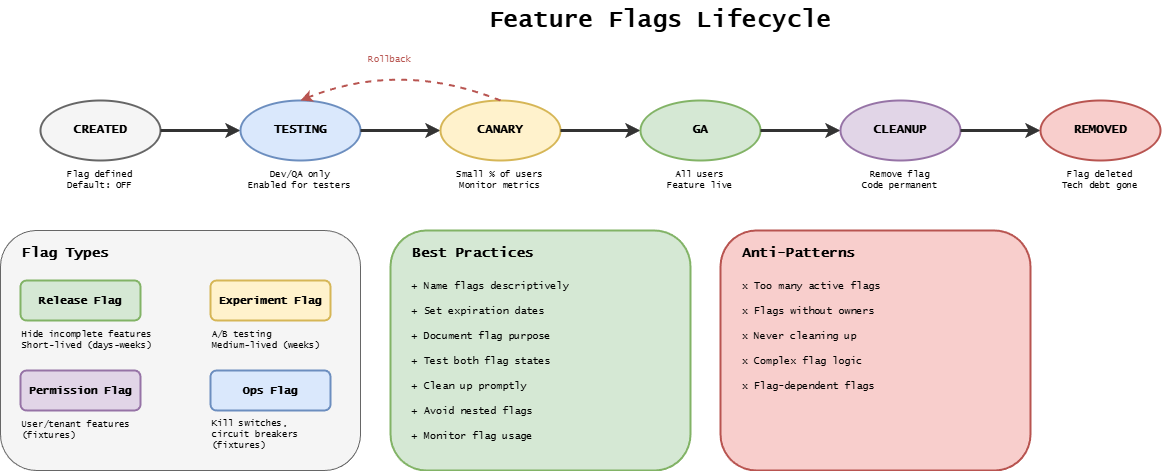
This is docs/assets/assisted/10-feature-flags-lifecycle.drawio.png from ready-to-release/eac, a draw.io export, as it was before one commit. Source tidied: cells renumbered, new cells last; positions are measured from the earlier drawing's top-left corner, leaving out a move shared by most shapes. Source of this version:
```xml
<mxGraphModel background="#ffffff">
  <root>
    <mxCell id="0" />
    <mxCell id="1" parent="0" />
    <mxCell id="2" value="Feature Flags Lifecycle" style="text;html=1;strokeColor=none;fillColor=none;align=center;verticalAlign=middle;whiteSpace=wrap;rounded=0;fontFamily=Lucida Console;fontStyle=1;fontSize=24;" parent="1" vertex="1">
      <mxGeometry x="460" width="400" height="40" as="geometry" />
    </mxCell>
    <mxCell id="3" value="CREATED" style="ellipse;whiteSpace=wrap;html=1;fillColor=#f5f5f5;strokeColor=#666666;strokeWidth=2;fontFamily=Lucida Console;fontStyle=1;fontSize=12;" parent="1" vertex="1">
      <mxGeometry x="40" y="100" width="120" height="60" as="geometry" />
    </mxCell>
    <mxCell id="4" value="Flag defined&#10;Default: OFF" style="text;html=1;strokeColor=none;fillColor=none;align=center;verticalAlign=middle;whiteSpace=wrap;rounded=0;fontFamily=Lucida Console;fontSize=9;" parent="1" vertex="1">
      <mxGeometry x="40" y="165" width="120" height="30" as="geometry" />
    </mxCell>
    <mxCell id="5" style="endArrow=classic;html=1;strokeWidth=3;strokeColor=#333333;" parent="1" edge="1">
      <mxGeometry relative="1" as="geometry">
        <mxPoint x="160" y="130" as="sourcePoint" />
        <mxPoint x="240" y="130" as="targetPoint" />
      </mxGeometry>
    </mxCell>
    <mxCell id="6" value="TESTING" style="ellipse;whiteSpace=wrap;html=1;fillColor=#dae8fc;strokeColor=#6c8ebf;strokeWidth=2;fontFamily=Lucida Console;fontStyle=1;fontSize=12;" parent="1" vertex="1">
      <mxGeometry x="240" y="100" width="120" height="60" as="geometry" />
    </mxCell>
    <mxCell id="7" value="Dev/QA only&#10;Enabled for testers" style="text;html=1;strokeColor=none;fillColor=none;align=center;verticalAlign=middle;whiteSpace=wrap;rounded=0;fontFamily=Lucida Console;fontSize=9;" parent="1" vertex="1">
      <mxGeometry x="240" y="165" width="120" height="30" as="geometry" />
    </mxCell>
    <mxCell id="8" style="endArrow=classic;html=1;strokeWidth=3;strokeColor=#333333;" parent="1" edge="1">
      <mxGeometry relative="1" as="geometry">
        <mxPoint x="360" y="130" as="sourcePoint" />
        <mxPoint x="440" y="130" as="targetPoint" />
      </mxGeometry>
    </mxCell>
    <mxCell id="9" value="CANARY" style="ellipse;whiteSpace=wrap;html=1;fillColor=#fff2cc;strokeColor=#d6b656;strokeWidth=2;fontFamily=Lucida Console;fontStyle=1;fontSize=12;" parent="1" vertex="1">
      <mxGeometry x="440" y="100" width="120" height="60" as="geometry" />
    </mxCell>
    <mxCell id="10" value="Small % of users&#10;Monitor metrics" style="text;html=1;strokeColor=none;fillColor=none;align=center;verticalAlign=middle;whiteSpace=wrap;rounded=0;fontFamily=Lucida Console;fontSize=9;" parent="1" vertex="1">
      <mxGeometry x="440" y="165" width="120" height="30" as="geometry" />
    </mxCell>
    <mxCell id="11" style="endArrow=classic;html=1;strokeWidth=3;strokeColor=#333333;" parent="1" edge="1">
      <mxGeometry relative="1" as="geometry">
        <mxPoint x="560" y="130" as="sourcePoint" />
        <mxPoint x="640" y="130" as="targetPoint" />
      </mxGeometry>
    </mxCell>
    <mxCell id="12" value="GA" style="ellipse;whiteSpace=wrap;html=1;fillColor=#d5e8d4;strokeColor=#82b366;strokeWidth=2;fontFamily=Lucida Console;fontStyle=1;fontSize=12;" parent="1" vertex="1">
      <mxGeometry x="640" y="100" width="120" height="60" as="geometry" />
    </mxCell>
    <mxCell id="13" value="All users&#10;Feature live" style="text;html=1;strokeColor=none;fillColor=none;align=center;verticalAlign=middle;whiteSpace=wrap;rounded=0;fontFamily=Lucida Console;fontSize=9;" parent="1" vertex="1">
      <mxGeometry x="640" y="165" width="120" height="30" as="geometry" />
    </mxCell>
    <mxCell id="14" style="endArrow=classic;html=1;strokeWidth=3;strokeColor=#333333;" parent="1" edge="1">
      <mxGeometry relative="1" as="geometry">
        <mxPoint x="760" y="130" as="sourcePoint" />
        <mxPoint x="840" y="130" as="targetPoint" />
      </mxGeometry>
    </mxCell>
    <mxCell id="15" value="CLEANUP" style="ellipse;whiteSpace=wrap;html=1;fillColor=#e1d5e7;strokeColor=#9673a6;strokeWidth=2;fontFamily=Lucida Console;fontStyle=1;fontSize=12;" parent="1" vertex="1">
      <mxGeometry x="840" y="100" width="120" height="60" as="geometry" />
    </mxCell>
    <mxCell id="16" value="Remove flag&#10;Code permanent" style="text;html=1;strokeColor=none;fillColor=none;align=center;verticalAlign=middle;whiteSpace=wrap;rounded=0;fontFamily=Lucida Console;fontSize=9;" parent="1" vertex="1">
      <mxGeometry x="840" y="165" width="120" height="30" as="geometry" />
    </mxCell>
    <mxCell id="17" style="endArrow=classic;html=1;strokeWidth=3;strokeColor=#333333;" parent="1" edge="1">
      <mxGeometry relative="1" as="geometry">
        <mxPoint x="960" y="130" as="sourcePoint" />
        <mxPoint x="1040" y="130" as="targetPoint" />
      </mxGeometry>
    </mxCell>
    <mxCell id="18" value="REMOVED" style="ellipse;whiteSpace=wrap;html=1;fillColor=#f8cecc;strokeColor=#b85450;strokeWidth=2;fontFamily=Lucida Console;fontStyle=1;fontSize=12;" parent="1" vertex="1">
      <mxGeometry x="1040" y="100" width="120" height="60" as="geometry" />
    </mxCell>
    <mxCell id="19" value="Flag deleted&#10;Tech debt gone" style="text;html=1;strokeColor=none;fillColor=none;align=center;verticalAlign=middle;whiteSpace=wrap;rounded=0;fontFamily=Lucida Console;fontSize=9;" parent="1" vertex="1">
      <mxGeometry x="1040" y="165" width="120" height="30" as="geometry" />
    </mxCell>
    <mxCell id="20" style="curved=1;endArrow=classic;html=1;strokeWidth=2;strokeColor=#b85450;dashed=1;" parent="1" edge="1">
      <mxGeometry relative="1" as="geometry">
        <mxPoint x="500" y="100" as="sourcePoint" />
        <mxPoint x="300" y="100" as="targetPoint" />
        <Array as="points">
          <mxPoint x="400" y="60" />
        </Array>
      </mxGeometry>
    </mxCell>
    <mxCell id="21" value="Rollback" style="text;html=1;strokeColor=none;fillColor=none;align=center;verticalAlign=middle;whiteSpace=wrap;rounded=0;fontFamily=Lucida Console;fontSize=9;fontColor=#b85450;" parent="1" vertex="1">
      <mxGeometry x="360" y="50" width="60" height="20" as="geometry" />
    </mxCell>
    <mxCell id="22" style="rounded=1;whiteSpace=wrap;html=1;fillColor=#f5f5f5;strokeColor=#666666;strokeWidth=1;" parent="1" vertex="1">
      <mxGeometry y="230" width="360" height="240" as="geometry" />
    </mxCell>
    <mxCell id="23" value="Flag Types" style="text;html=1;strokeColor=none;fillColor=none;align=left;verticalAlign=middle;whiteSpace=wrap;rounded=0;fontFamily=Lucida Console;fontStyle=1;fontSize=14;" parent="1" vertex="1">
      <mxGeometry x="20" y="240" width="200" height="25" as="geometry" />
    </mxCell>
    <mxCell id="24" value="Release Flag" style="rounded=1;whiteSpace=wrap;html=1;fillColor=#d5e8d4;strokeColor=#82b366;strokeWidth=2;fontFamily=Lucida Console;fontStyle=1;fontSize=11;" parent="1" vertex="1">
      <mxGeometry x="20" y="280" width="120" height="40" as="geometry" />
    </mxCell>
    <mxCell id="25" value="Hide incomplete features&#10;Short-lived (days-weeks)" style="text;html=1;strokeColor=none;fillColor=none;align=left;verticalAlign=middle;whiteSpace=wrap;rounded=0;fontFamily=Lucida Console;fontSize=9;" parent="1" vertex="1">
      <mxGeometry x="20" y="325" width="140" height="30" as="geometry" />
    </mxCell>
    <mxCell id="26" value="Experiment Flag" style="rounded=1;whiteSpace=wrap;html=1;fillColor=#fff2cc;strokeColor=#d6b656;strokeWidth=2;fontFamily=Lucida Console;fontStyle=1;fontSize=11;" parent="1" vertex="1">
      <mxGeometry x="210" y="280" width="120" height="40" as="geometry" />
    </mxCell>
    <mxCell id="27" value="A/B testing&#10;Medium-lived (weeks)" style="text;html=1;strokeColor=none;fillColor=none;align=left;verticalAlign=middle;whiteSpace=wrap;rounded=0;fontFamily=Lucida Console;fontSize=9;" parent="1" vertex="1">
      <mxGeometry x="210" y="325" width="120" height="30" as="geometry" />
    </mxCell>
    <mxCell id="28" value="Ops Flag" style="rounded=1;whiteSpace=wrap;html=1;fillColor=#dae8fc;strokeColor=#6c8ebf;strokeWidth=2;fontFamily=Lucida Console;fontStyle=1;fontSize=11;" parent="1" vertex="1">
      <mxGeometry x="210" y="370" width="120" height="40" as="geometry" />
    </mxCell>
    <mxCell id="29" value="Kill switches, circuit breakers&lt;br&gt;(&lt;span style=&quot;color: rgb(0, 0, 0);&quot;&gt;fixtures&lt;/span&gt;)" style="text;html=1;strokeColor=none;fillColor=none;align=left;verticalAlign=middle;whiteSpace=wrap;rounded=0;fontFamily=Lucida Console;fontSize=9;" parent="1" vertex="1">
      <mxGeometry x="210" y="415" width="120" height="40" as="geometry" />
    </mxCell>
    <mxCell id="30" value="Permission Flag" style="rounded=1;whiteSpace=wrap;html=1;fillColor=#e1d5e7;strokeColor=#9673a6;strokeWidth=2;fontFamily=Lucida Console;fontStyle=1;fontSize=11;" parent="1" vertex="1">
      <mxGeometry x="20" y="370" width="120" height="40" as="geometry" />
    </mxCell>
    <mxCell id="31" value="User/tenant features&lt;br&gt;(fixtures)" style="text;html=1;strokeColor=none;fillColor=none;align=left;verticalAlign=middle;whiteSpace=wrap;rounded=0;fontFamily=Lucida Console;fontSize=9;" parent="1" vertex="1">
      <mxGeometry x="20" y="415" width="120" height="30" as="geometry" />
    </mxCell>
    <mxCell id="32" style="rounded=1;whiteSpace=wrap;html=1;fillColor=#d5e8d4;strokeColor=#82b366;strokeWidth=2;" parent="1" vertex="1">
      <mxGeometry x="390" y="230" width="300" height="240" as="geometry" />
    </mxCell>
    <mxCell id="33" value="Best Practices" style="text;html=1;strokeColor=none;fillColor=none;align=left;verticalAlign=middle;whiteSpace=wrap;rounded=0;fontFamily=Lucida Console;fontStyle=1;fontSize=14;" parent="1" vertex="1">
      <mxGeometry x="410" y="240" width="200" height="25" as="geometry" />
    </mxCell>
    <mxCell id="34" value="+ Name flags descriptively" style="text;html=1;strokeColor=none;fillColor=none;align=left;verticalAlign=middle;whiteSpace=wrap;rounded=0;fontFamily=Lucida Console;fontSize=10;" parent="1" vertex="1">
      <mxGeometry x="410" y="275" width="260" height="20" as="geometry" />
    </mxCell>
    <mxCell id="35" value="+ Set expiration dates" style="text;html=1;strokeColor=none;fillColor=none;align=left;verticalAlign=middle;whiteSpace=wrap;rounded=0;fontFamily=Lucida Console;fontSize=10;" parent="1" vertex="1">
      <mxGeometry x="410" y="300" width="260" height="20" as="geometry" />
    </mxCell>
    <mxCell id="36" value="+ Document flag purpose" style="text;html=1;strokeColor=none;fillColor=none;align=left;verticalAlign=middle;whiteSpace=wrap;rounded=0;fontFamily=Lucida Console;fontSize=10;" parent="1" vertex="1">
      <mxGeometry x="410" y="325" width="260" height="20" as="geometry" />
    </mxCell>
    <mxCell id="37" value="+ Test both flag states" style="text;html=1;strokeColor=none;fillColor=none;align=left;verticalAlign=middle;whiteSpace=wrap;rounded=0;fontFamily=Lucida Console;fontSize=10;" parent="1" vertex="1">
      <mxGeometry x="410" y="350" width="260" height="20" as="geometry" />
    </mxCell>
    <mxCell id="38" value="+ Clean up promptly" style="text;html=1;strokeColor=none;fillColor=none;align=left;verticalAlign=middle;whiteSpace=wrap;rounded=0;fontFamily=Lucida Console;fontSize=10;" parent="1" vertex="1">
      <mxGeometry x="410" y="375" width="260" height="20" as="geometry" />
    </mxCell>
    <mxCell id="39" value="+ Avoid nested flags" style="text;html=1;strokeColor=none;fillColor=none;align=left;verticalAlign=middle;whiteSpace=wrap;rounded=0;fontFamily=Lucida Console;fontSize=10;" parent="1" vertex="1">
      <mxGeometry x="410" y="400" width="260" height="20" as="geometry" />
    </mxCell>
    <mxCell id="40" value="+ Monitor flag usage" style="text;html=1;strokeColor=none;fillColor=none;align=left;verticalAlign=middle;whiteSpace=wrap;rounded=0;fontFamily=Lucida Console;fontSize=10;" parent="1" vertex="1">
      <mxGeometry x="410" y="425" width="260" height="20" as="geometry" />
    </mxCell>
    <mxCell id="41" style="rounded=1;whiteSpace=wrap;html=1;fillColor=#f8cecc;strokeColor=#b85450;strokeWidth=2;" parent="1" vertex="1">
      <mxGeometry x="720" y="230" width="310" height="240" as="geometry" />
    </mxCell>
    <mxCell id="42" value="Anti-Patterns" style="text;html=1;strokeColor=none;fillColor=none;align=left;verticalAlign=middle;whiteSpace=wrap;rounded=0;fontFamily=Lucida Console;fontStyle=1;fontSize=14;" parent="1" vertex="1">
      <mxGeometry x="740" y="240" width="200" height="25" as="geometry" />
    </mxCell>
    <mxCell id="43" value="x Too many active flags" style="text;html=1;strokeColor=none;fillColor=none;align=left;verticalAlign=middle;whiteSpace=wrap;rounded=0;fontFamily=Lucida Console;fontSize=10;" parent="1" vertex="1">
      <mxGeometry x="740" y="275" width="260" height="20" as="geometry" />
    </mxCell>
    <mxCell id="44" value="x Flags without owners" style="text;html=1;strokeColor=none;fillColor=none;align=left;verticalAlign=middle;whiteSpace=wrap;rounded=0;fontFamily=Lucida Console;fontSize=10;" parent="1" vertex="1">
      <mxGeometry x="740" y="300" width="260" height="20" as="geometry" />
    </mxCell>
    <mxCell id="45" value="x Never cleaning up" style="text;html=1;strokeColor=none;fillColor=none;align=left;verticalAlign=middle;whiteSpace=wrap;rounded=0;fontFamily=Lucida Console;fontSize=10;" parent="1" vertex="1">
      <mxGeometry x="740" y="325" width="260" height="20" as="geometry" />
    </mxCell>
    <mxCell id="46" value="x Complex flag logic" style="text;html=1;strokeColor=none;fillColor=none;align=left;verticalAlign=middle;whiteSpace=wrap;rounded=0;fontFamily=Lucida Console;fontSize=10;" parent="1" vertex="1">
      <mxGeometry x="740" y="350" width="260" height="20" as="geometry" />
    </mxCell>
    <mxCell id="47" value="x Flag-dependent flags" style="text;html=1;strokeColor=none;fillColor=none;align=left;verticalAlign=middle;whiteSpace=wrap;rounded=0;fontFamily=Lucida Console;fontSize=10;" parent="1" vertex="1">
      <mxGeometry x="740" y="375" width="260" height="20" as="geometry" />
    </mxCell>
  </root>
</mxGraphModel>
```
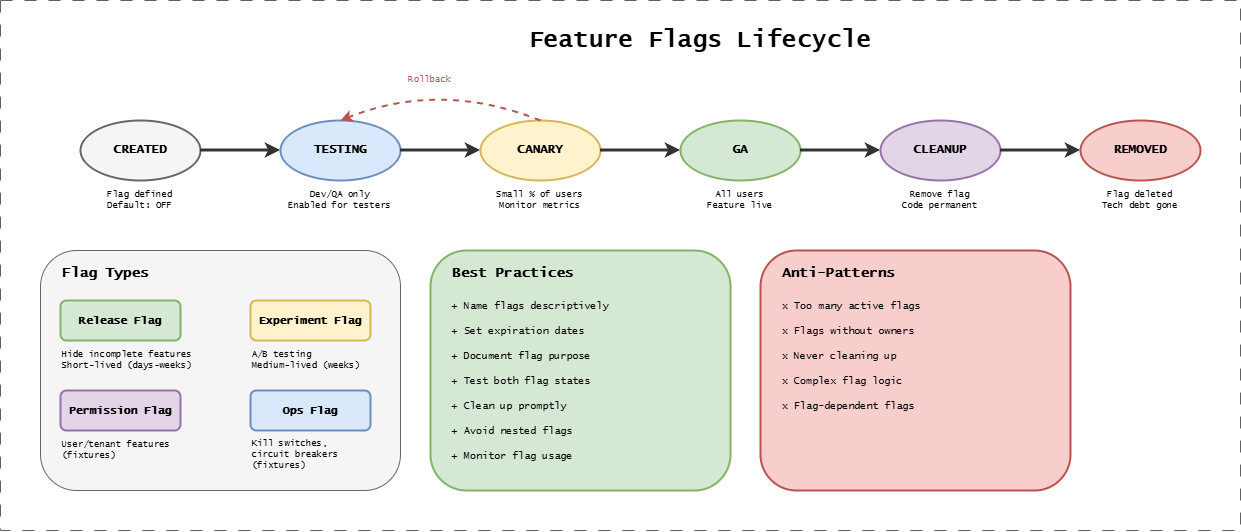
Above is the later version.

Diff of the diagram source:
```diff
@@ -161,5 +161,8 @@
     <mxCell id="47" value="x Flag-dependent flags" style="text;html=1;strokeColor=none;fillColor=none;align=left;verticalAlign=middle;whiteSpace=wrap;rounded=0;fontFamily=Lucida Console;fontSize=10;" parent="1" vertex="1">
       <mxGeometry x="740" y="375" width="260" height="20" as="geometry" />
     </mxCell>
+    <mxCell id="48" style="group;strokeColor=#616161;dashed=1;dashPattern=12 12;fontFamily=Lucida Console;fontSize=19;fontStyle=1;" parent="1" vertex="1">
+      <mxGeometry x="-40" y="-20" width="1240" height="530" as="geometry" />
+    </mxCell>
   </root>
 </mxGraphModel>
```
